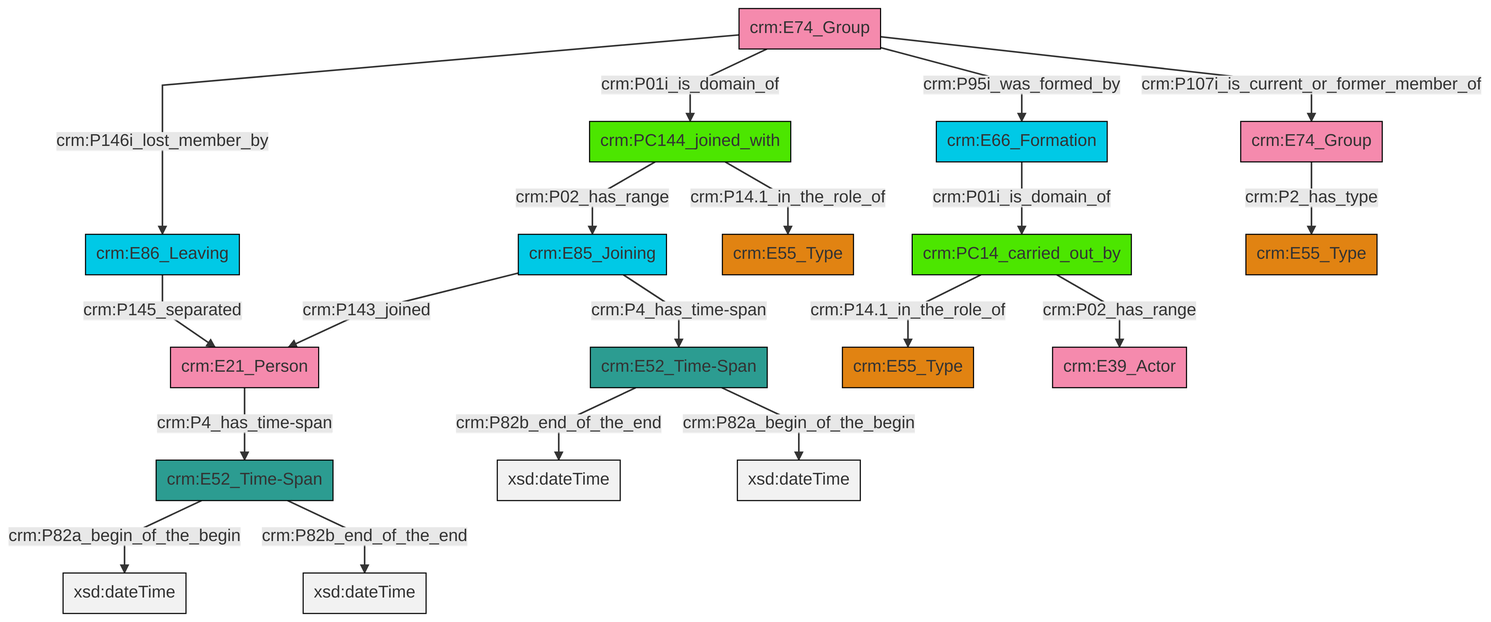
The Mermaid diagram et/groupCSV/ttl/mmd/png/group_actor_relations.png in swiss-art-research-net/docs.swissartresearch, before a commit. Its source is kept beside it as et/groupCSV/ttl/mmd/group_actor_relations.ttl.mmd.
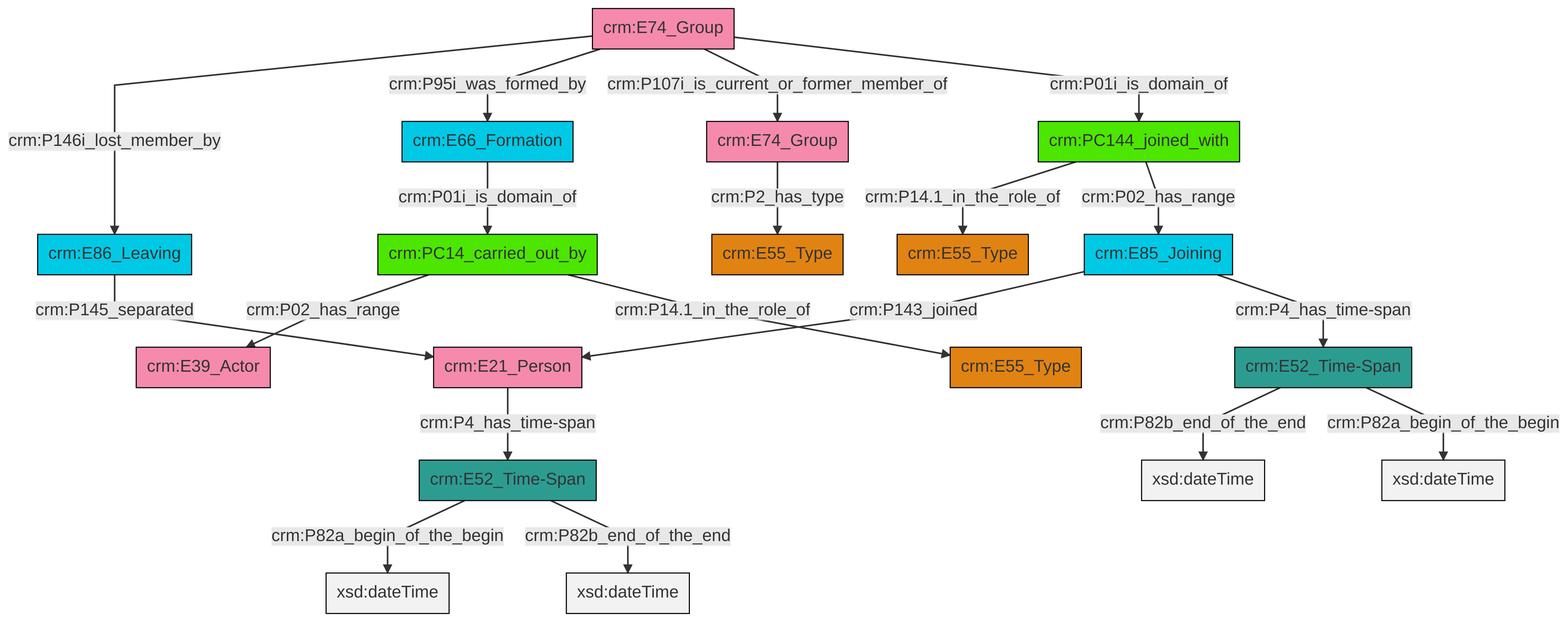
Above is the later version.

Diff of the diagram source:
```diff
@@ -13,21 +13,21 @@
 classDef PC_Classes fill:#4ce600, stroke:#000000;
 classDef Multi fill:#cccccc,stroke:#000000;
 
-0["crm:E74_Group"]:::Actor -->|crm:P01i_is_domain_of| 1["crm:PC144_joined_with"]:::PC_Classes
-2["crm:E86_Leaving"]:::Temporal_Entity -->|crm:P145_separated| 3["crm:E21_Person"]:::Actor
-0["crm:E74_Group"]:::Actor -->|crm:P146i_lost_member_by| 2["crm:E86_Leaving"]:::Temporal_Entity
-1["crm:PC144_joined_with"]:::PC_Classes -->|crm:P02_has_range| 6["crm:E85_Joining"]:::Temporal_Entity
-14["crm:E52_Time-Span"]:::Time-Span -->|crm:P82b_end_of_the_end| 16[xsd:dateTime]:::Literal
-21["crm:PC14_carried_out_by"]:::PC_Classes -->|crm:P02_has_range| 22["crm:E39_Actor"]:::Actor
-1["crm:PC144_joined_with"]:::PC_Classes -->|crm:P14.1_in_the_role_of| 9["crm:E55_Type"]:::Type
-21["crm:PC14_carried_out_by"]:::PC_Classes -->|crm:P14.1_in_the_role_of| 17["crm:E55_Type"]:::Type
-6["crm:E85_Joining"]:::Temporal_Entity -->|crm:P143_joined| 3["crm:E21_Person"]:::Actor
-4["crm:E52_Time-Span"]:::Time-Span -->|crm:P82a_begin_of_the_begin| 26[xsd:dateTime]:::Literal
-3["crm:E21_Person"]:::Actor -->|crm:P4_has_time-span| 4["crm:E52_Time-Span"]:::Time-Span
-4["crm:E52_Time-Span"]:::Time-Span -->|crm:P82b_end_of_the_end| 27[xsd:dateTime]:::Literal
-14["crm:E52_Time-Span"]:::Time-Span -->|crm:P82a_begin_of_the_begin| 30[xsd:dateTime]:::Literal
-6["crm:E85_Joining"]:::Temporal_Entity -->|crm:P4_has_time-span| 14["crm:E52_Time-Span"]:::Time-Span
-11["crm:E66_Formation"]:::Temporal_Entity -->|crm:P01i_is_domain_of| 21["crm:PC14_carried_out_by"]:::PC_Classes
-19["crm:E74_Group"]:::Actor -->|crm:P2_has_type| 24["crm:E55_Type"]:::Type
-0["crm:E74_Group"]:::Actor -->|crm:P95i_was_formed_by| 11["crm:E66_Formation"]:::Temporal_Entity
-0["crm:E74_Group"]:::Actor -->|crm:P107i_is_current_or_former_member_of| 19["crm:E74_Group"]:::Actor
+0["crm:E74_Group"]:::Actor -->|crm:P146i_lost_member_by| 1["crm:E86_Leaving"]:::Temporal_Entity
+1["crm:E86_Leaving"]:::Temporal_Entity -->|crm:P145_separated| 2["crm:E21_Person"]:::Actor
+3["crm:E85_Joining"]:::Temporal_Entity -->|crm:P143_joined| 2["crm:E21_Person"]:::Actor
+4["crm:PC14_carried_out_by"]:::PC_Classes -->|crm:P02_has_range| 5["crm:E39_Actor"]:::Actor
+11["crm:E74_Group"]:::Actor -->|crm:P2_has_type| 12["crm:E55_Type"]:::Type
+2["crm:E21_Person"]:::Actor -->|crm:P4_has_time-span| 13["crm:E52_Time-Span"]:::Time-Span
+0["crm:E74_Group"]:::Actor -->|crm:P95i_was_formed_by| 14["crm:E66_Formation"]:::Temporal_Entity
+0["crm:E74_Group"]:::Actor -->|crm:P107i_is_current_or_former_member_of| 11["crm:E74_Group"]:::Actor
+17["crm:PC144_joined_with"]:::PC_Classes -->|crm:P14.1_in_the_role_of| 7["crm:E55_Type"]:::Type
+24["crm:E52_Time-Span"]:::Time-Span -->|crm:P82b_end_of_the_end| 25[xsd:dateTime]:::Literal
+0["crm:E74_Group"]:::Actor -->|crm:P01i_is_domain_of| 17["crm:PC144_joined_with"]:::PC_Classes
+4["crm:PC14_carried_out_by"]:::PC_Classes -->|crm:P14.1_in_the_role_of| 9["crm:E55_Type"]:::Type
+13["crm:E52_Time-Span"]:::Time-Span -->|crm:P82a_begin_of_the_begin| 26[xsd:dateTime]:::Literal
+3["crm:E85_Joining"]:::Temporal_Entity -->|crm:P4_has_time-span| 24["crm:E52_Time-Span"]:::Time-Span
+13["crm:E52_Time-Span"]:::Time-Span -->|crm:P82b_end_of_the_end| 29[xsd:dateTime]:::Literal
+17["crm:PC144_joined_with"]:::PC_Classes -->|crm:P02_has_range| 3["crm:E85_Joining"]:::Temporal_Entity
+14["crm:E66_Formation"]:::Temporal_Entity -->|crm:P01i_is_domain_of| 4["crm:PC14_carried_out_by"]:::PC_Classes
+24["crm:E52_Time-Span"]:::Time-Span -->|crm:P82a_begin_of_the_begin| 33[xsd:dateTime]:::Literal
```
